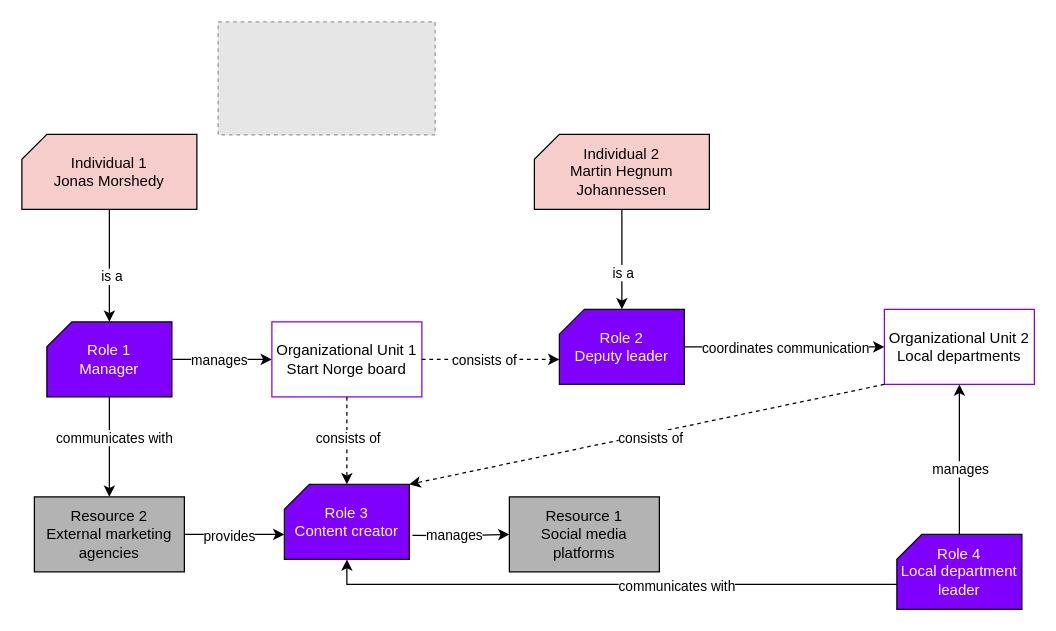
This is page "actors and resources model" (4 of 6) of Start Norge.drawio from marhjoh/TDT4252-Enterprise-Architecture-for-Enterprise-Innovation, a draw.io file, before an edit. Source tidied: cells renumbered, new cells numbered last; positions are measured from the earlier drawing's top-left corner, leaving out a move shared by most shapes. Both pictures are drawn from the tidied source at 125%, with x=0, y=0 at pixel (21, 21). Pictures stored in the file or linked from it are replaced by grey dashed boxes.
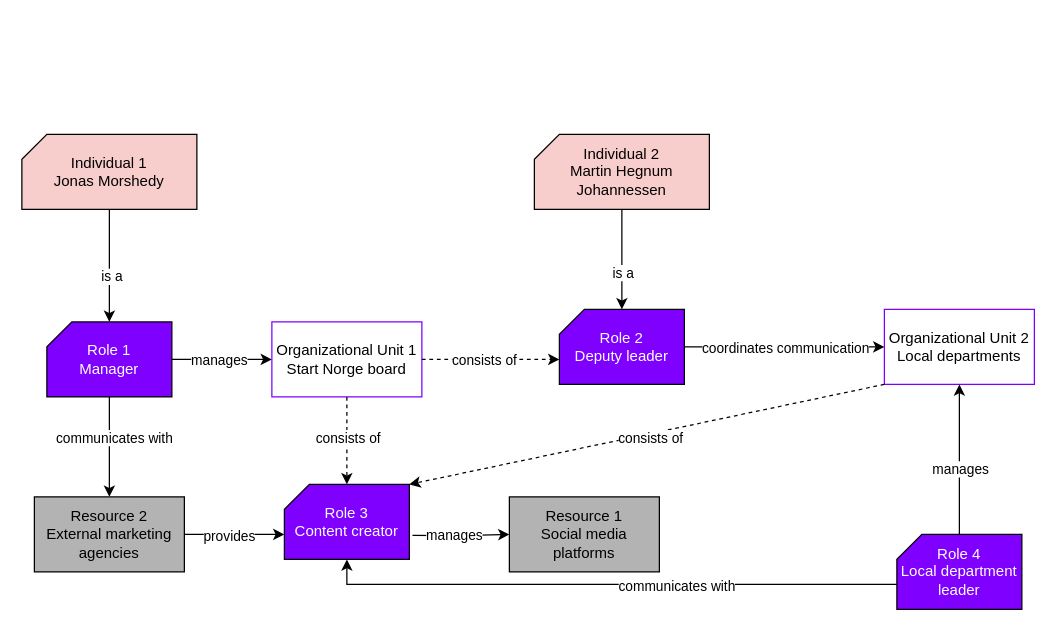
The same page after the edit.

Diff of the diagram source:
```diff
@@
-    <mxCell id="2" style="fillColor=#E6E6E6;strokeColor=#999999;dashed=1;verticalLabelPosition=bottom;verticalAlign=top;" parent="1" vertex="1">
-      <mxGeometry x="157" width="173.6" height="90.4" as="geometry" />
-    </mxCell>
```
